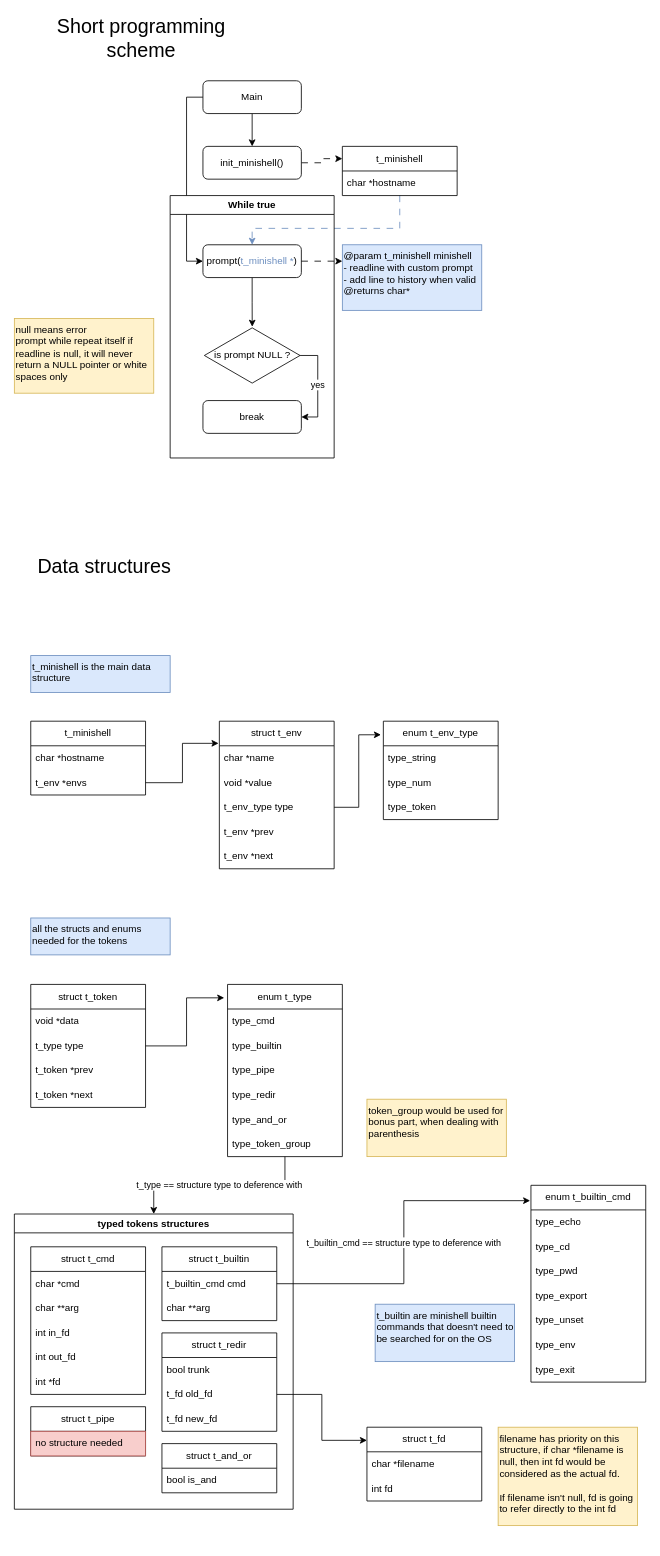
Before: docs/flow_scheme.drawio in RPDJF/42-minishell, a draw.io diagram. Source tidied: cells renumbered, new cells numbered last; positions are measured from the earlier drawing's top-left corner, leaving out a move shared by most shapes. Both pictures are drawn from the tidied source at 82%, with x=0, y=0 at pixel (14, 15).
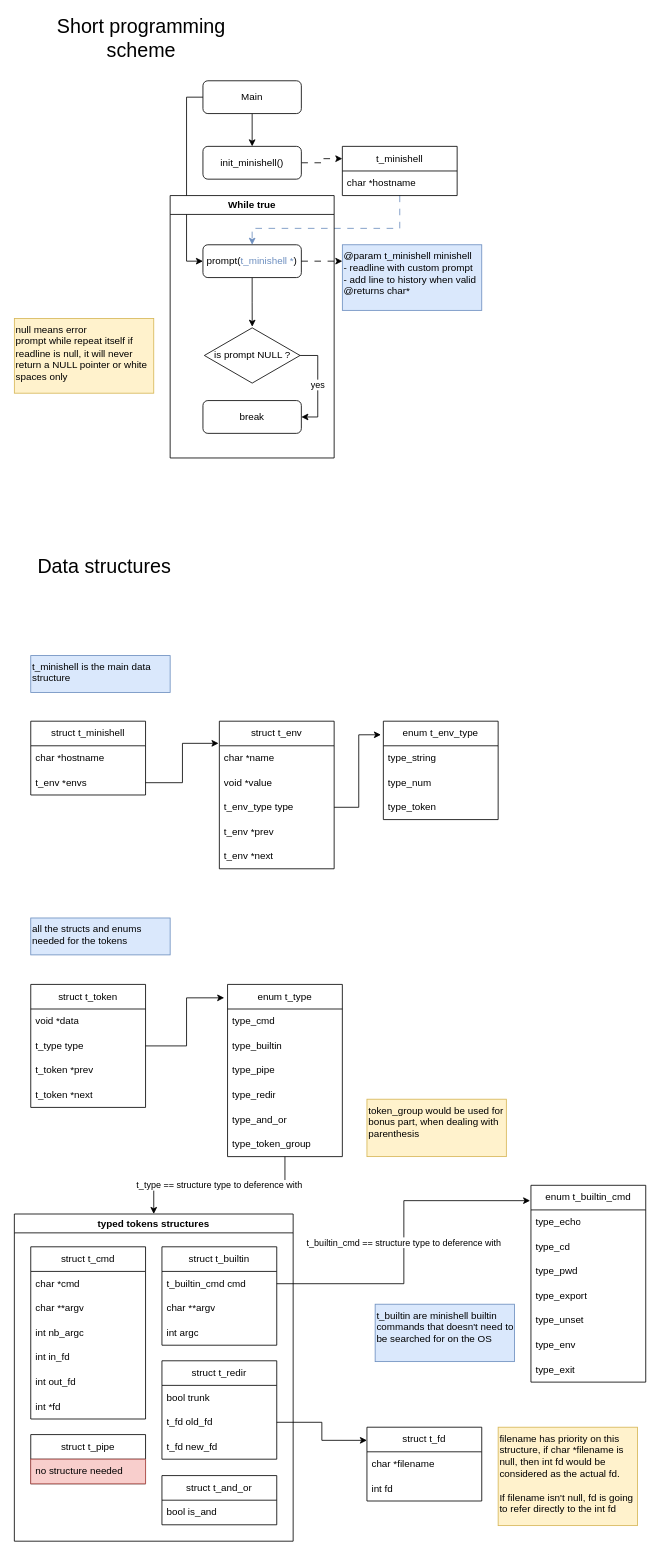
The same page after the edit.

Commit message:
Mettre à jour flow_scheme.drawio

What changed in the source:
```diff
@@
     <mxCell id="33" value="typed tokens structures" style="swimlane;whiteSpace=wrap;html=1;" parent="1" vertex="1">
-      <mxGeometry y="1462" width="340" height="360" as="geometry" />
+      <mxGeometry y="1462" width="340" height="399" as="geometry" />
     </mxCell>
     <mxCell id="34" value="struct t_cmd" style="swimlane;fontStyle=0;horizontal=1;startSize=30;whiteSpace=wrap;html=1;" parent="33" vertex="1">
-      <mxGeometry x="20" y="40" width="140" height="180" as="geometry" />
+      <mxGeometry x="20" y="40" width="140" height="210" as="geometry" />
     </mxCell>
@@
-    <mxCell id="36" value="char **arg" style="text;strokeColor=none;fillColor=none;align=left;verticalAlign=middle;spacingLeft=4;spacingRight=4;overflow=hidden;whiteSpace=wrap;html=1;" parent="34" vertex="1">
+    <mxCell id="36" value="char **argv" style="text;strokeColor=none;fillColor=none;align=left;verticalAlign=middle;spacingLeft=4;spacingRight=4;overflow=hidden;whiteSpace=wrap;html=1;" parent="34" vertex="1">
       <mxGeometry y="60" width="140" height="30" as="geometry" />
     </mxCell>
+    <mxCell id="86" value="int nb_argc" style="text;strokeColor=none;fillColor=none;align=left;verticalAlign=middle;spacingLeft=4;spacingRight=4;overflow=hidden;whiteSpace=wrap;html=1;" parent="34" vertex="1">
+      <mxGeometry y="90" width="140" height="30" as="geometry" />
+    </mxCell>
     <mxCell id="37" value="int in_fd" style="text;strokeColor=none;fillColor=none;align=left;verticalAlign=middle;spacingLeft=4;spacingRight=4;overflow=hidden;whiteSpace=wrap;html=1;" parent="34" vertex="1">
-      <mxGeometry y="90" width="140" height="30" as="geometry" />
+      <mxGeometry y="120" width="140" height="30" as="geometry" />
     </mxCell>
     <mxCell id="38" value="int out_fd" style="text;strokeColor=none;fillColor=none;align=left;verticalAlign=middle;spacingLeft=4;spacingRight=4;overflow=hidden;whiteSpace=wrap;html=1;" parent="34" vertex="1">
-      <mxGeometry y="120" width="140" height="30" as="geometry" />
+      <mxGeometry y="150" width="140" height="30" as="geometry" />
     </mxCell>
     <mxCell id="39" value="int *fd" style="text;strokeColor=none;fillColor=none;align=left;verticalAlign=middle;spacingLeft=4;spacingRight=4;overflow=hidden;whiteSpace=wrap;html=1;" parent="34" vertex="1">
-      <mxGeometry y="150" width="140" height="30" as="geometry" />
+      <mxGeometry y="180" width="140" height="30" as="geometry" />
     </mxCell>
     <mxCell id="40" value="struct t_builtin" style="swimlane;fontStyle=0;horizontal=1;startSize=30;whiteSpace=wrap;html=1;" parent="33" vertex="1">
-      <mxGeometry x="180" y="40" width="140" height="90" as="geometry" />
+      <mxGeometry x="180" y="40" width="140" height="120" as="geometry" />
     </mxCell>
@@
-    <mxCell id="42" value="char **arg" style="text;strokeColor=none;fillColor=none;align=left;verticalAlign=middle;spacingLeft=4;spacingRight=4;overflow=hidden;whiteSpace=wrap;html=1;" parent="40" vertex="1">
+    <mxCell id="42" value="char **argv" style="text;strokeColor=none;fillColor=none;align=left;verticalAlign=middle;spacingLeft=4;spacingRight=4;overflow=hidden;whiteSpace=wrap;html=1;" parent="40" vertex="1">
       <mxGeometry y="60" width="140" height="30" as="geometry" />
     </mxCell>
+    <mxCell id="87" value="int argc" style="text;strokeColor=none;fillColor=none;align=left;verticalAlign=middle;spacingLeft=4;spacingRight=4;overflow=hidden;whiteSpace=wrap;html=1;" parent="40" vertex="1">
+      <mxGeometry y="90" width="140" height="30" as="geometry" />
+    </mxCell>
     <mxCell id="43" value="struct t_pipe" style="swimlane;fontStyle=0;horizontal=1;startSize=30;whiteSpace=wrap;html=1;" parent="33" vertex="1">
-      <mxGeometry x="20" y="235" width="140" height="60" as="geometry" />
+      <mxGeometry x="20" y="269" width="140" height="60" as="geometry" />
     </mxCell>
@@
     <mxCell id="45" value="struct t_redir" style="swimlane;fontStyle=0;horizontal=1;startSize=30;whiteSpace=wrap;html=1;" parent="33" vertex="1">
-      <mxGeometry x="180" y="145" width="140" height="120" as="geometry" />
+      <mxGeometry x="180" y="179" width="140" height="120" as="geometry" />
     </mxCell>
@@
     <mxCell id="49" value="struct t_and_or" style="swimlane;fontStyle=0;horizontal=1;startSize=30;whiteSpace=wrap;html=1;" parent="33" vertex="1">
-      <mxGeometry x="180" y="280" width="140" height="60" as="geometry" />
+      <mxGeometry x="180" y="319" width="140" height="60" as="geometry" />
     </mxCell>
@@
-    <mxCell id="69" value="t_minishell" style="swimlane;fontStyle=0;horizontal=1;startSize=30;whiteSpace=wrap;html=1;" parent="1" vertex="1">
+    <mxCell id="69" value="struct t_minishell" style="swimlane;fontStyle=0;horizontal=1;startSize=30;whiteSpace=wrap;html=1;" parent="1" vertex="1">
       <mxGeometry x="20" y="861" width="140" height="90" as="geometry" />
     </mxCell>
```
